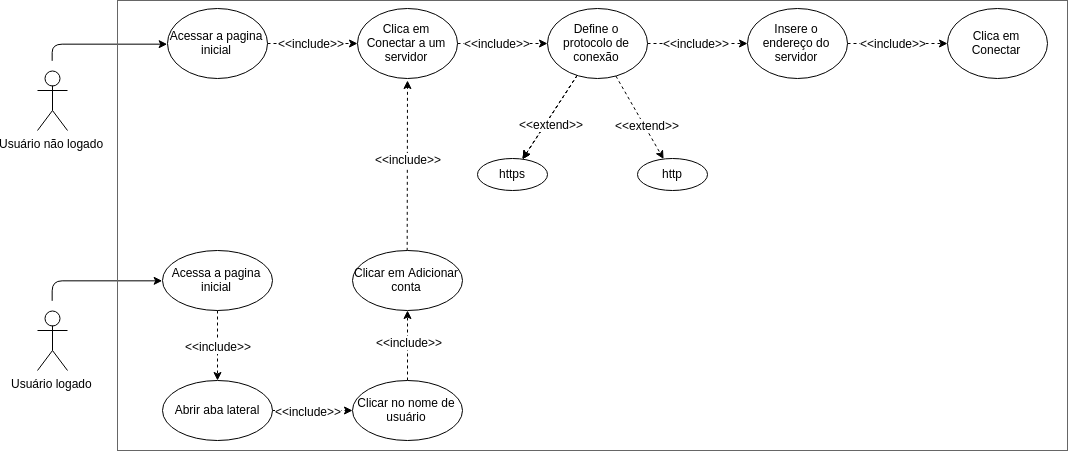
Before: docs/img/Modelagem/conectar-servidor-v1.png, a diagram exported from draw.io (MarcosNBJ/2019.1-RocketChat). Source tidied: cells renumbered, new cells last; positions are measured from the earlier drawing's top-left corner, leaving out a move shared by most shapes.
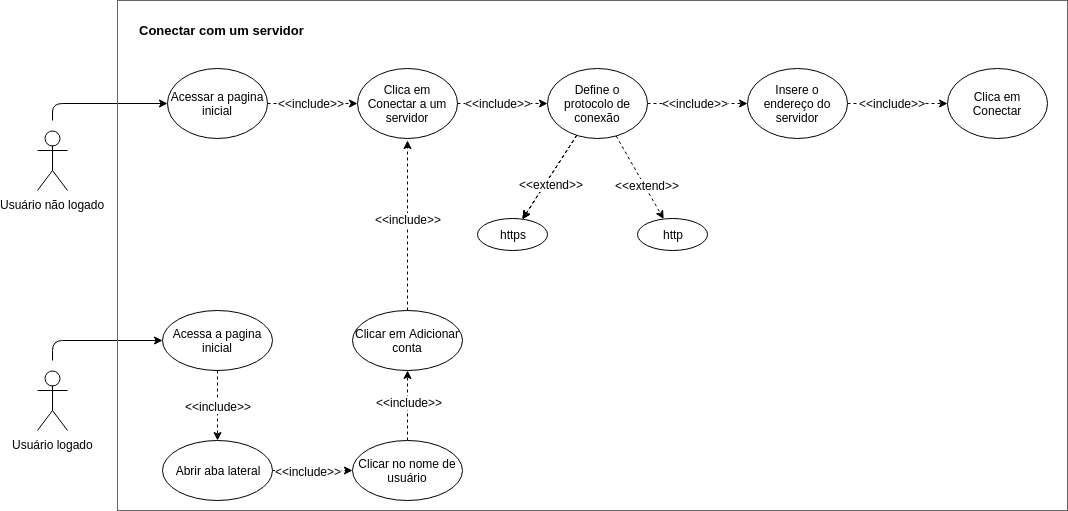
The same file after the commit.

Diff of the diagram source:
```diff
@@ -146,7 +146,10 @@
       </mxGeometry>
     </mxCell>
     <mxCell id="39" style="rounded=0;whiteSpace=wrap;html=1;fillColor=none;strokeColor=#666666;fontColor=#333333;" parent="1" vertex="1">
-      <mxGeometry x="80" width="950" height="450" as="geometry" />
+      <mxGeometry x="80" y="-60" width="950" height="510" as="geometry" />
     </mxCell>
+    <mxCell id="40" value="&lt;b&gt;&lt;font style=&quot;font-size: 13px&quot;&gt;Conectar com um servidor&lt;/font&gt;&lt;/b&gt;" style="text;html=1;align=left;verticalAlign=top;spacingTop=-4;" parent="1" vertex="1">
+      <mxGeometry x="100" y="-40" width="180" height="20" as="geometry" />
+    </mxCell>
   </root>
 </mxGraphModel>
```
